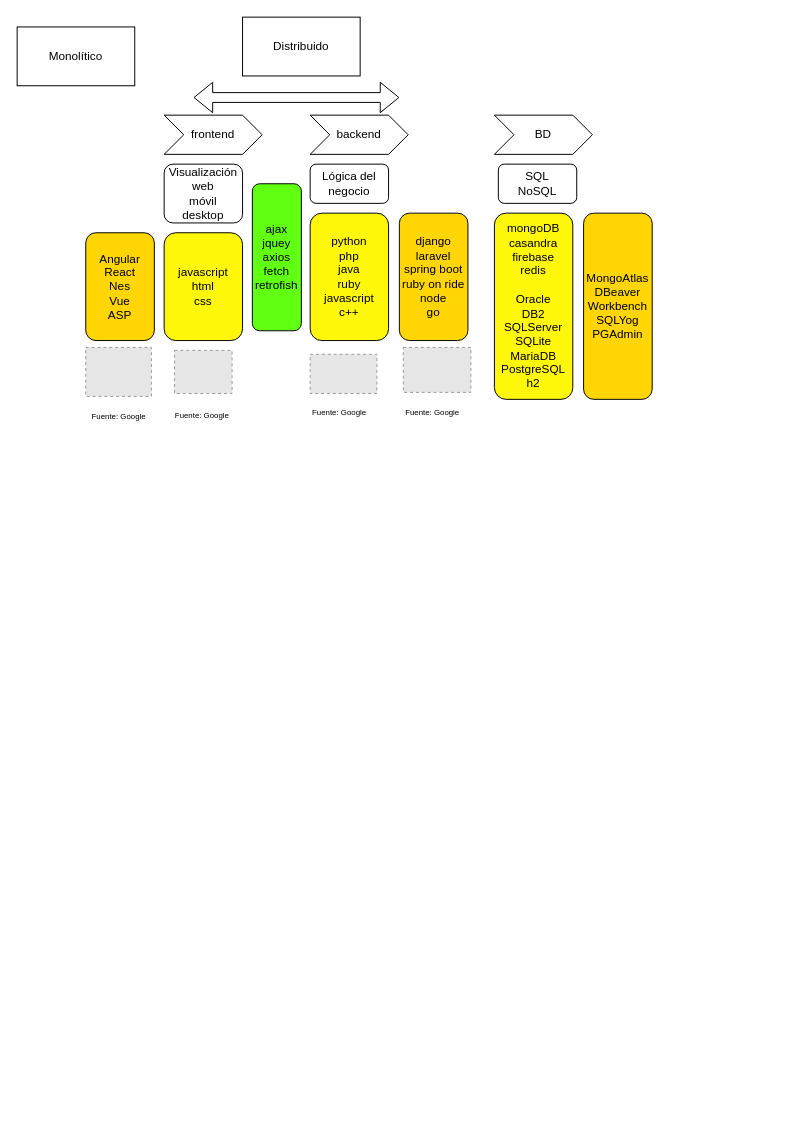
This is 02-Sesion-28-08/SD.drawio from code-corhuila/sistemas-distribuidos-2023-b, a draw.io file, before an edit. Source tidied: cells renumbered, new cells numbered last; positions are measured from the earlier drawing's top-left corner, leaving out a move shared by most shapes. Both pictures are drawn from the tidied source at 98%, with x=0, y=0 at pixel (17, 17). Pictures stored in the file or linked from it are replaced by grey dashed boxes.
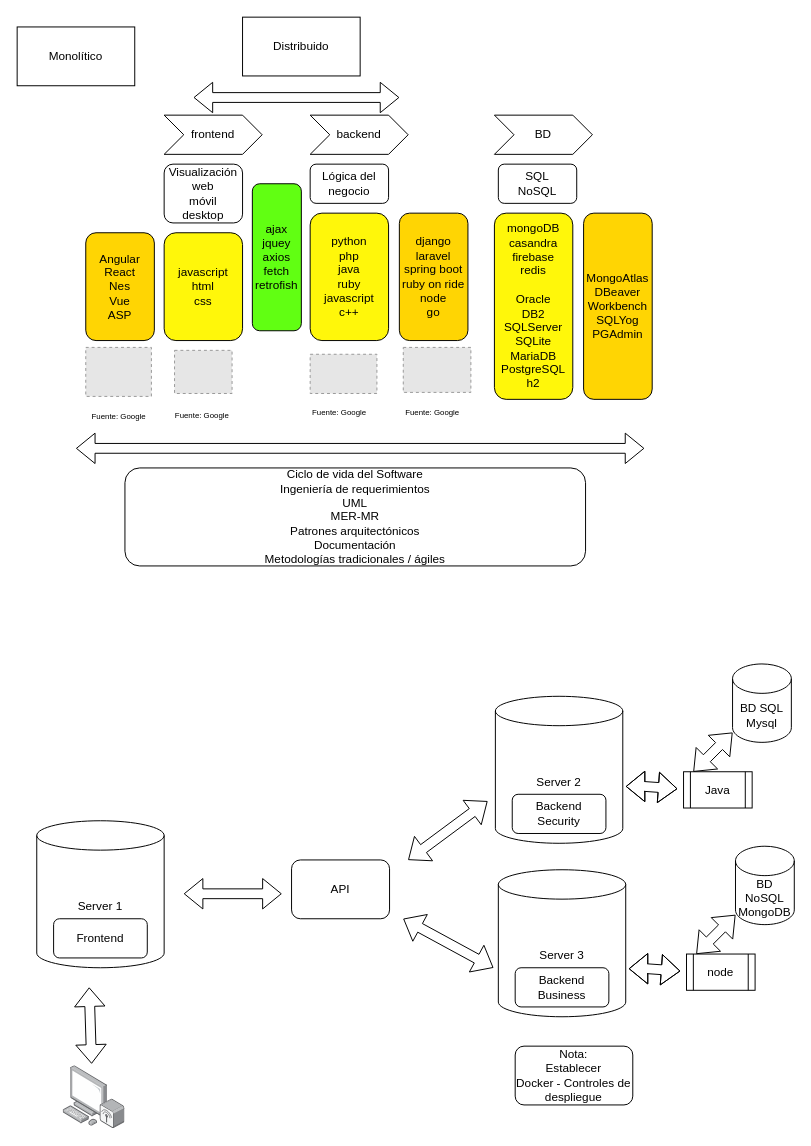
Above is the later version.

Diff of the diagram source:
```diff
@@
+    <mxCell id="26" value="Server 1" style="shape=cylinder3;whiteSpace=wrap;html=1;boundedLbl=1;backgroundOutline=1;size=15;" parent="1" vertex="1">
+      <mxGeometry x="20" y="820" width="130" height="150" as="geometry" />
+    </mxCell>
@@
+    <mxCell id="27" style="shape=flexArrow;endArrow=classic;startArrow=classic;html=1;rounded=0;" parent="1" edge="1">
+      <mxGeometry relative="1" as="geometry">
+        <mxPoint x="60" y="440" as="sourcePoint" />
+        <mxPoint x="640" y="440" as="targetPoint" />
+      </mxGeometry>
+    </mxCell>
+    <mxCell id="28" value="Ciclo de vida del Software&lt;br&gt;Ingeniería de requerimientos&lt;br&gt;UML&lt;br&gt;MER-MR&lt;br&gt;Patrones arquitectónicos&lt;br&gt;Documentación&lt;br&gt;Metodologías tradicionales / ágiles" style="rounded=1;whiteSpace=wrap;html=1;" parent="1" vertex="1">
+      <mxGeometry x="110" y="460" width="470" height="100" as="geometry" />
+    </mxCell>
+    <mxCell id="29" value="Frontend" style="rounded=1;whiteSpace=wrap;html=1;" parent="1" vertex="1">
+      <mxGeometry x="37.2" y="920" width="95.6" height="40" as="geometry" />
+    </mxCell>
+    <mxCell id="30" value="Server 2" style="shape=cylinder3;whiteSpace=wrap;html=1;boundedLbl=1;backgroundOutline=1;size=15;" parent="1" vertex="1">
+      <mxGeometry x="488" y="693" width="130" height="150" as="geometry" />
+    </mxCell>
+    <mxCell id="31" value="Backend&lt;br&gt;Security" style="rounded=1;whiteSpace=wrap;html=1;" parent="1" vertex="1">
+      <mxGeometry x="505.2" y="793" width="95.6" height="40" as="geometry" />
+    </mxCell>
+    <mxCell id="32" value="Server 3" style="shape=cylinder3;whiteSpace=wrap;html=1;boundedLbl=1;backgroundOutline=1;size=15;" parent="1" vertex="1">
+      <mxGeometry x="491" y="870" width="130" height="150" as="geometry" />
+    </mxCell>
+    <mxCell id="33" value="Backend&lt;br&gt;Business" style="rounded=1;whiteSpace=wrap;html=1;" parent="1" vertex="1">
+      <mxGeometry x="508.2" y="970" width="95.6" height="40" as="geometry" />
+    </mxCell>
+    <mxCell id="34" value="API" style="rounded=1;whiteSpace=wrap;html=1;" parent="1" vertex="1">
+      <mxGeometry x="280" y="860" width="100" height="60" as="geometry" />
+    </mxCell>
+    <mxCell id="35" style="shape=flexArrow;endArrow=classic;startArrow=classic;html=1;rounded=0;" parent="1" edge="1">
+      <mxGeometry relative="1" as="geometry">
+        <mxPoint x="170" y="894.5" as="sourcePoint" />
+        <mxPoint x="270" y="894.5" as="targetPoint" />
+        <Array as="points">
+          <mxPoint x="170" y="894.5" />
+        </Array>
+      </mxGeometry>
+    </mxCell>
+    <mxCell id="36" style="shape=flexArrow;endArrow=classic;startArrow=classic;html=1;rounded=0;" parent="1" edge="1">
+      <mxGeometry relative="1" as="geometry">
+        <mxPoint x="399" y="860" as="sourcePoint" />
+        <mxPoint x="480" y="800" as="targetPoint" />
+        <Array as="points">
+          <mxPoint x="399" y="860" />
+        </Array>
+      </mxGeometry>
+    </mxCell>
+    <mxCell id="37" style="shape=flexArrow;endArrow=classic;startArrow=classic;html=1;rounded=0;" parent="1" edge="1">
+      <mxGeometry relative="1" as="geometry">
+        <mxPoint x="394" y="920" as="sourcePoint" />
+        <mxPoint x="486" y="970" as="targetPoint" />
+        <Array as="points">
+          <mxPoint x="394" y="920" />
+        </Array>
+      </mxGeometry>
+    </mxCell>
+    <mxCell id="38" style="image;points=[];html=1;align=center;shadow=0;dashed=0;image=img/lib/allied_telesis/computer_and_terminals/Personal_Computer_Wireless.svg;" parent="1" vertex="1">
+      <mxGeometry x="47" y="1070" width="63" height="64.2" as="geometry" />
+    </mxCell>
+    <mxCell id="39" style="shape=flexArrow;endArrow=classic;startArrow=classic;html=1;rounded=0;entryX=0.46;entryY=-0.031;entryDx=0;entryDy=0;entryPerimeter=0;" parent="1" edge="1" target="38">
+      <mxGeometry relative="1" as="geometry">
+        <mxPoint x="73.5" y="990" as="sourcePoint" />
+        <Array as="points">
+          <mxPoint x="73.5" y="990" />
+        </Array>
+      </mxGeometry>
+    </mxCell>
+    <mxCell id="40" value="BD SQL&lt;br&gt;Mysql" style="shape=cylinder3;whiteSpace=wrap;html=1;boundedLbl=1;backgroundOutline=1;size=15;" parent="1" vertex="1">
+      <mxGeometry x="730" y="660" width="60" height="80" as="geometry" />
+    </mxCell>
+    <mxCell id="41" value="Java" style="shape=process;whiteSpace=wrap;html=1;backgroundOutline=1;" parent="1" vertex="1">
+      <mxGeometry x="680" y="770" width="70" height="37" as="geometry" />
+    </mxCell>
+    <mxCell id="42" style="shape=flexArrow;endArrow=classic;startArrow=classic;html=1;rounded=0;entryX=-0.088;entryY=0.876;entryDx=0;entryDy=0;entryPerimeter=0;" parent="1" edge="1">
+      <mxGeometry relative="1" as="geometry">
+        <mxPoint x="621" y="785" as="sourcePoint" />
+        <mxPoint x="673.8" y="787.4" as="targetPoint" />
+        <Array as="points">
+          <mxPoint x="621" y="785" />
+          <mxPoint x="640" y="785" />
+        </Array>
+      </mxGeometry>
+    </mxCell>
+    <mxCell id="43" style="shape=flexArrow;endArrow=classic;startArrow=classic;html=1;rounded=0;" parent="1" edge="1">
+      <mxGeometry relative="1" as="geometry">
+        <mxPoint x="690" y="770" as="sourcePoint" />
+        <mxPoint x="730" y="730" as="targetPoint" />
+      </mxGeometry>
+    </mxCell>
+    <mxCell id="44" value="BD NoSQL&lt;br&gt;MongoDB" style="shape=cylinder3;whiteSpace=wrap;html=1;boundedLbl=1;backgroundOutline=1;size=15;" parent="1" vertex="1">
+      <mxGeometry x="733" y="846" width="60" height="80" as="geometry" />
+    </mxCell>
+    <mxCell id="45" value="node" style="shape=process;whiteSpace=wrap;html=1;backgroundOutline=1;" parent="1" vertex="1">
+      <mxGeometry x="683" y="956" width="70" height="37" as="geometry" />
+    </mxCell>
+    <mxCell id="46" style="shape=flexArrow;endArrow=classic;startArrow=classic;html=1;rounded=0;entryX=-0.088;entryY=0.876;entryDx=0;entryDy=0;entryPerimeter=0;" parent="1" edge="1">
+      <mxGeometry relative="1" as="geometry">
+        <mxPoint x="624" y="971" as="sourcePoint" />
+        <mxPoint x="676.8" y="973.4" as="targetPoint" />
+        <Array as="points">
+          <mxPoint x="624" y="971" />
+          <mxPoint x="643" y="971" />
+        </Array>
+      </mxGeometry>
+    </mxCell>
+    <mxCell id="47" style="shape=flexArrow;endArrow=classic;startArrow=classic;html=1;rounded=0;" parent="1" edge="1">
+      <mxGeometry relative="1" as="geometry">
+        <mxPoint x="693" y="956" as="sourcePoint" />
+        <mxPoint x="733" y="916" as="targetPoint" />
+      </mxGeometry>
+    </mxCell>
+    <mxCell id="48" value="Nota:&lt;br&gt;Establecer &lt;br&gt;Docker - Controles de despliegue" style="rounded=1;whiteSpace=wrap;html=1;" parent="1" vertex="1">
+      <mxGeometry x="508.2" y="1050" width="120" height="60" as="geometry" />
+    </mxCell>
```
